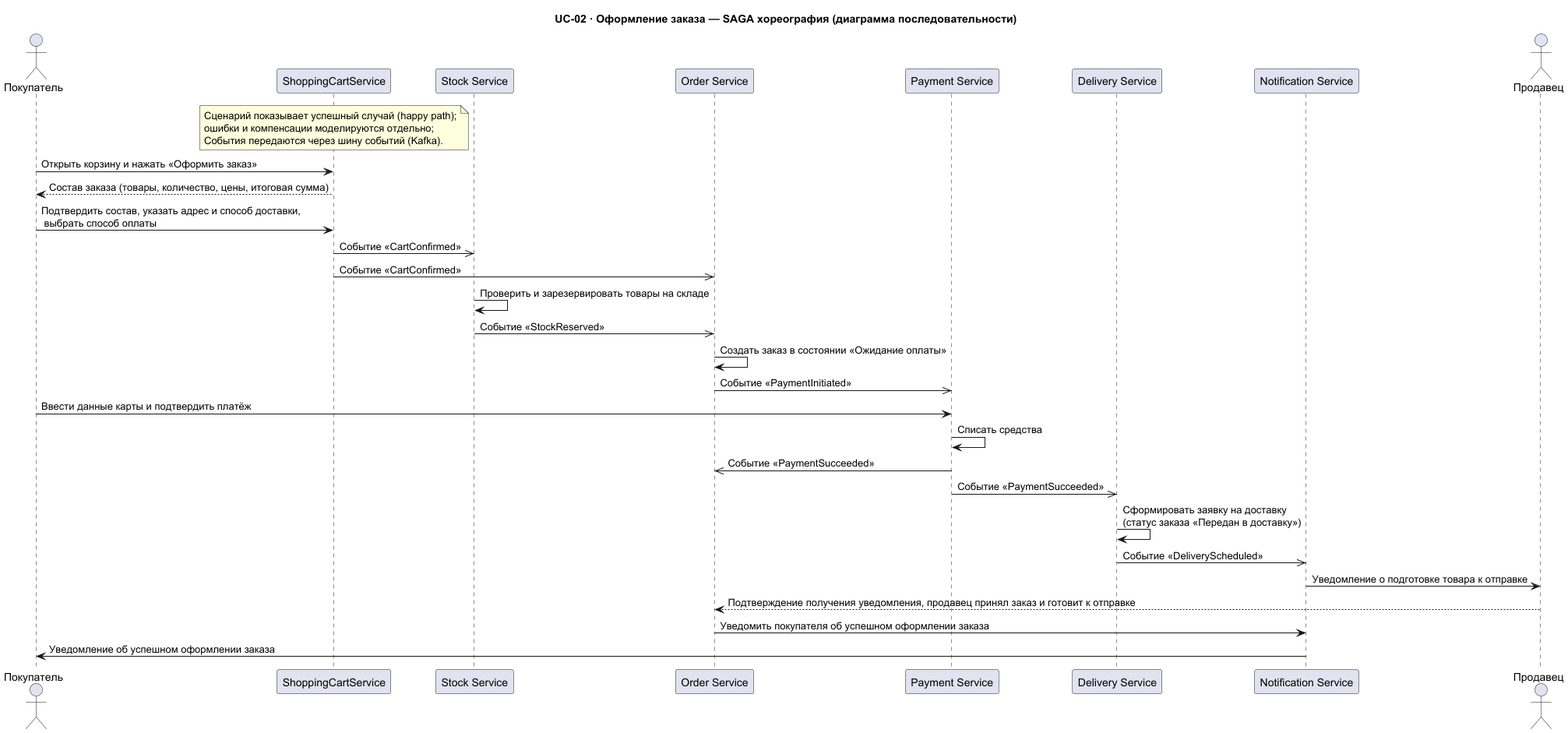
The PlantUML diagram Task1/seq-order-placement-choreography.png in Babikoff/MSA-3-NovaMarket, before a commit.
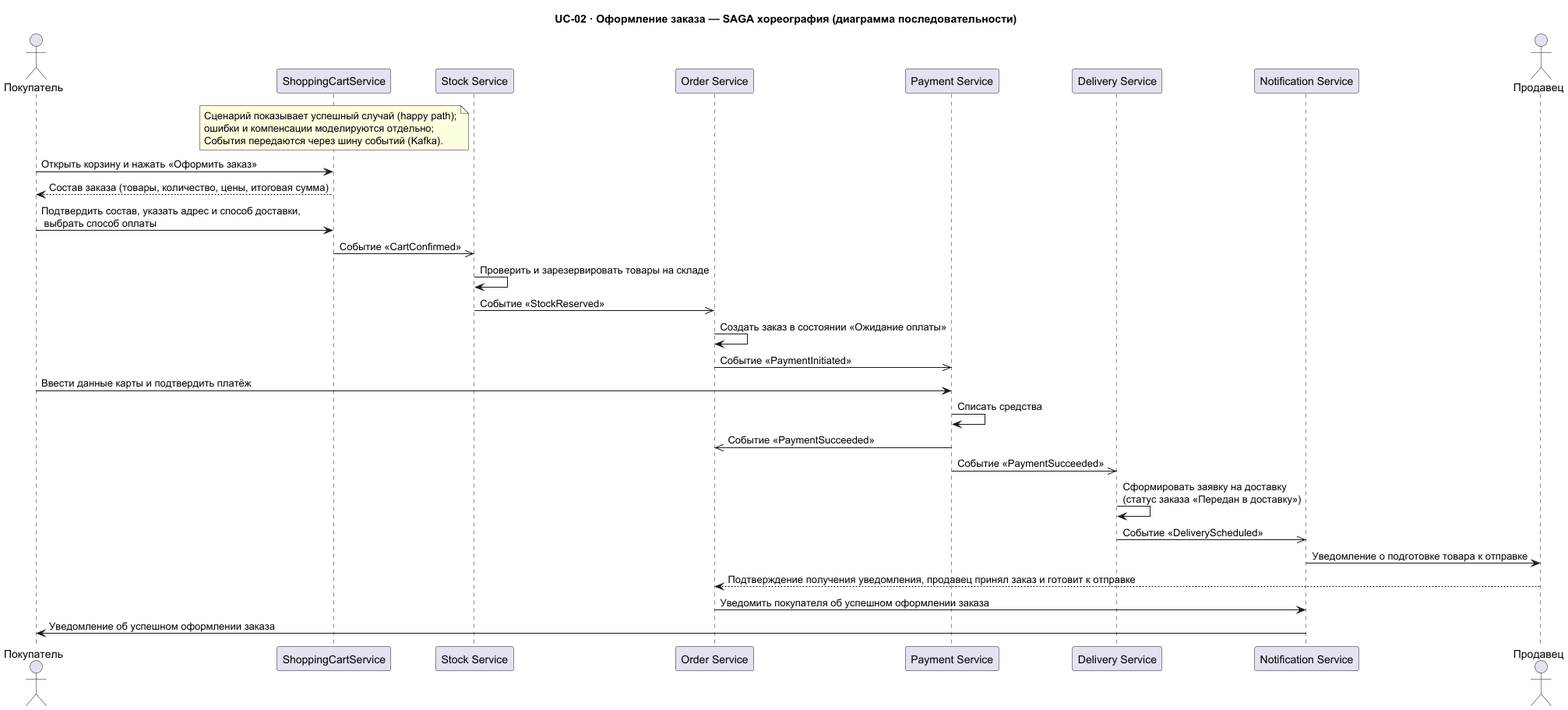
After the change.

Diff of the diagram source:
```diff
@@ -18,7 +18,6 @@
 buyer -> ShoppingCartService : Подтвердить состав, указать адрес и способ доставки,\n выбрать способ оплаты
 
 ShoppingCartService ->> StockService : Событие «CartConfirmed»
-ShoppingCartService ->> OrderService : Событие «CartConfirmed»
 
 StockService -> StockService : Проверить и зарезервировать товары на складе
 StockService ->> OrderService : Событие «StockReserved»
```
